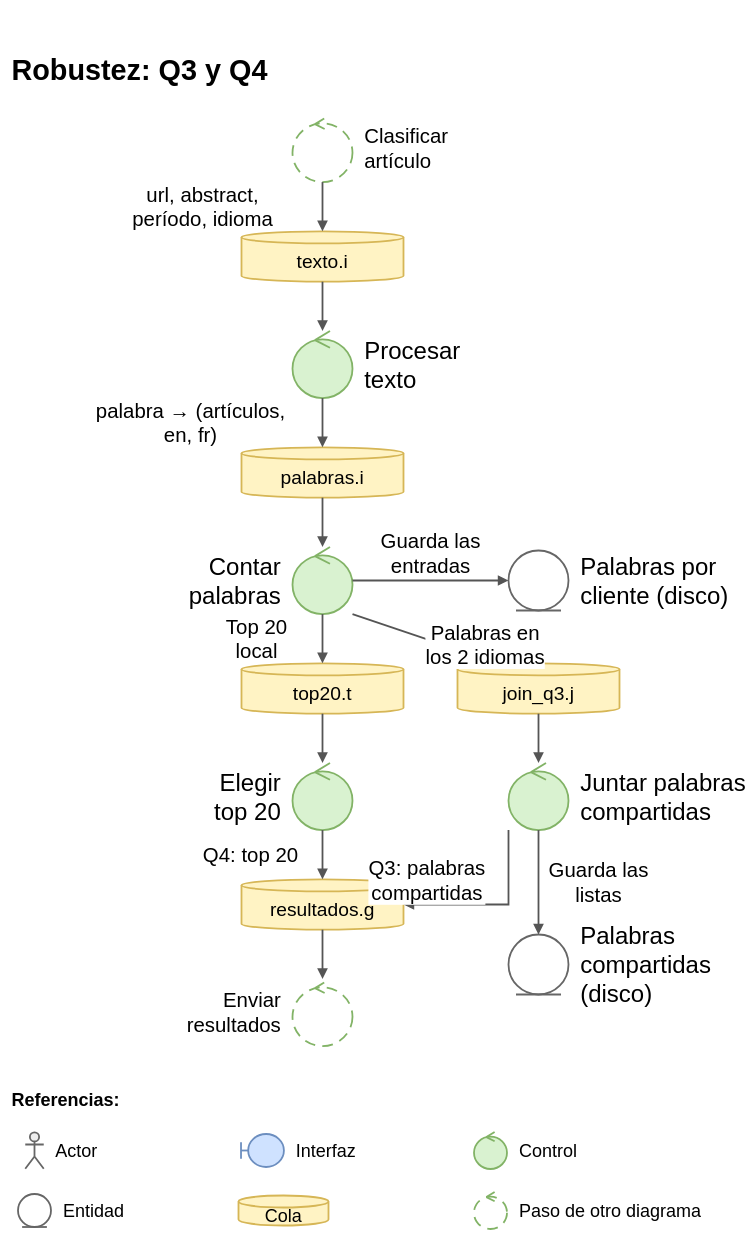
Cristobal710/tp-final-distribuidos keeps this draw.io diagram as page "Robustez - Q3 y Q4" (3 of 4) of docs/robustez.drawio. Above is the earlier version. Source tidied: cells renumbered, new cells numbered last; positions are measured from the earlier drawing's top-left corner, leaving out a move shared by most shapes. Both pictures are drawn from the tidied source at 60%, with x=0, y=0 at pixel (10, 52).
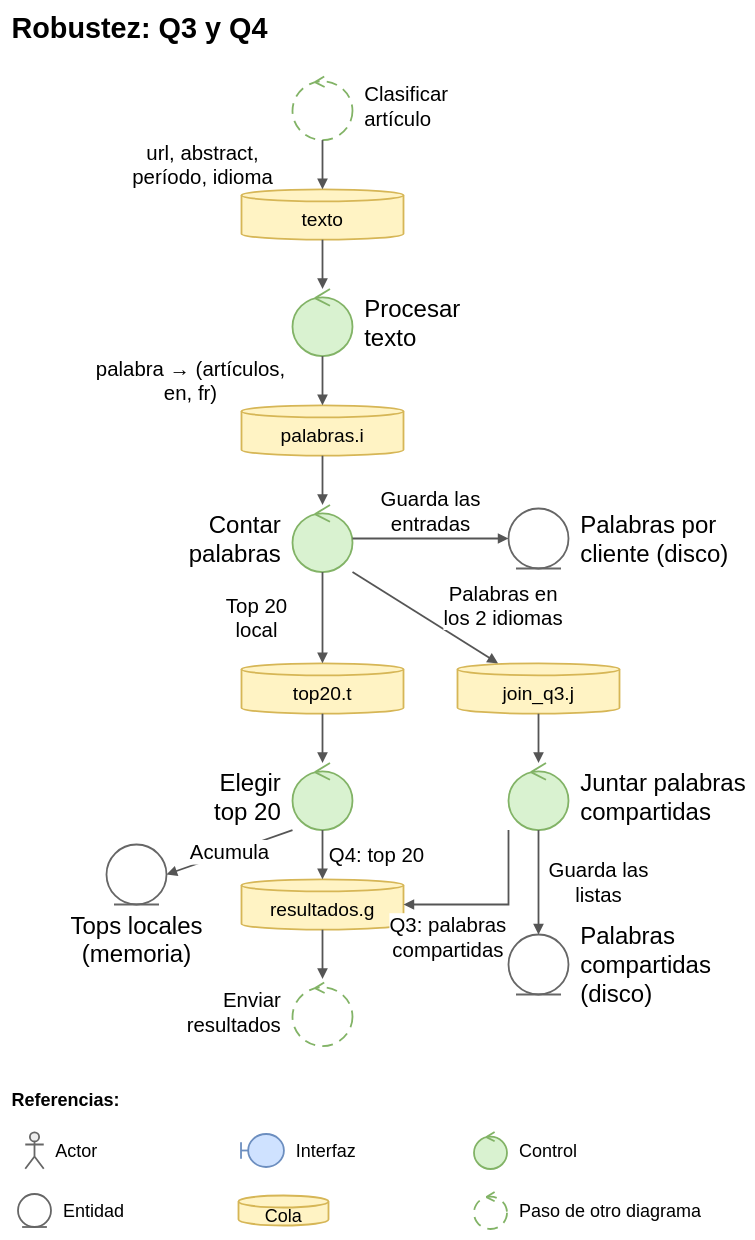
Above is the later version.

The change refers to these unchanged cells:
```xml
<mxCell id="10" value="join_q3.j" style="shape=cylinder3;boundedLbl=1;size=10;whiteSpace=wrap;html=1;fillColor=#fff3c4;strokeColor=#d6b656;strokeWidth=3;fontFamily=Calibri;fontSize=32;" parent="1" vertex="1">
  <mxGeometry x="745" y="1018" width="270" height="84" as="geometry" />
</mxCell>
<mxCell id="11" value="Elegir&lt;br&gt;top 20" style="shape=umlControl;fillColor=#d9f2d0;strokeColor=#82b366;verticalLabelPosition=middle;verticalAlign=middle;labelPosition=left;align=right;spacingRight=18;html=1;whiteSpace=nowrap;strokeWidth=3;fontFamily=Calibri;fontSize=40;" parent="1" vertex="1">
  <mxGeometry x="470" y="1184" width="100" height="112" as="geometry" />
</mxCell>
<mxCell id="12" value="Juntar palabras&lt;br&gt;compartidas" style="shape=umlControl;fillColor=#d9f2d0;strokeColor=#82b366;verticalLabelPosition=middle;verticalAlign=middle;labelPosition=right;align=left;spacingLeft=18;html=1;whiteSpace=nowrap;strokeWidth=3;fontFamily=Calibri;fontSize=40;" parent="1" vertex="1">
  <mxGeometry x="830" y="1184" width="100" height="112" as="geometry" />
</mxCell>
<mxCell id="14" value="resultados.g" style="shape=cylinder3;boundedLbl=1;size=10;whiteSpace=wrap;html=1;fillColor=#fff3c4;strokeColor=#d6b656;strokeWidth=3;fontFamily=Calibri;fontSize=32;" parent="1" vertex="1">
  <mxGeometry x="385" y="1378" width="270" height="84" as="geometry" />
</mxCell>
```

The edit, as a diff of the source:
```diff
@@
     <mxCell id="2" value="&lt;b&gt;Robustez: Q3 y Q4&lt;/b&gt;" style="text;html=1;align=left;verticalAlign=middle;fontFamily=Calibri;fontSize=48;" parent="1" vertex="1">
-      <mxGeometry width="1100" height="60" as="geometry" />
+      <mxGeometry y="-70" width="1100" height="60" as="geometry" />
     </mxCell>
     <mxCell id="3" value="Clasificar&lt;br&gt;artículo" style="shape=umlControl;fillColor=#ffffff;strokeColor=#82b366;dashed=1;dashPattern=6 4;verticalLabelPosition=middle;verticalAlign=middle;labelPosition=right;align=left;spacingLeft=18;html=1;whiteSpace=nowrap;strokeWidth=3;fontFamily=Calibri;fontSize=34;" parent="1" vertex="1">
-      <mxGeometry x="470" y="104" width="100" height="112" as="geometry" />
+      <mxGeometry x="470" y="34" width="100" height="112" as="geometry" />
     </mxCell>
-    <mxCell id="4" value="texto.i" style="shape=cylinder3;boundedLbl=1;size=10;whiteSpace=wrap;html=1;fillColor=#fff3c4;strokeColor=#d6b656;strokeWidth=3;fontFamily=Calibri;fontSize=32;" parent="1" vertex="1">
-      <mxGeometry x="385" y="298" width="270" height="84" as="geometry" />
+    <mxCell id="4" value="texto" style="shape=cylinder3;boundedLbl=1;size=10;whiteSpace=wrap;html=1;fillColor=#fff3c4;strokeColor=#d6b656;strokeWidth=3;fontFamily=Calibri;fontSize=32;" parent="1" vertex="1">
+      <mxGeometry x="385" y="228" width="270" height="84" as="geometry" />
     </mxCell>
     <mxCell id="5" value="Procesar&lt;br&gt;texto" style="shape=umlControl;fillColor=#d9f2d0;strokeColor=#82b366;verticalLabelPosition=middle;verticalAlign=middle;labelPosition=right;align=left;spacingLeft=18;html=1;whiteSpace=nowrap;strokeWidth=3;fontFamily=Calibri;fontSize=40;" parent="1" vertex="1">
-      <mxGeometry x="470" y="464" width="100" height="112" as="geometry" />
+      <mxGeometry x="470" y="394" width="100" height="112" as="geometry" />
     </mxCell>
     <mxCell id="6" value="palabras.i" style="shape=cylinder3;boundedLbl=1;size=10;whiteSpace=wrap;html=1;fillColor=#fff3c4;strokeColor=#d6b656;strokeWidth=3;fontFamily=Calibri;fontSize=32;" parent="1" vertex="1">
-      <mxGeometry x="385" y="658" width="270" height="84" as="geometry" />
+      <mxGeometry x="385" y="588" width="270" height="84" as="geometry" />
     </mxCell>
     <mxCell id="7" value="Contar&lt;br&gt;palabras" style="shape=umlControl;fillColor=#d9f2d0;strokeColor=#82b366;verticalLabelPosition=middle;verticalAlign=middle;labelPosition=left;align=right;spacingRight=18;html=1;whiteSpace=nowrap;strokeWidth=3;fontFamily=Calibri;fontSize=40;" parent="1" vertex="1">
-      <mxGeometry x="470" y="824" width="100" height="112" as="geometry" />
+      <mxGeometry x="470" y="754" width="100" height="112" as="geometry" />
     </mxCell>
     <mxCell id="8" value="Palabras por&lt;br&gt;cliente (disco)" style="shape=umlEntity;fillColor=#ffffff;strokeColor=#666666;verticalLabelPosition=middle;verticalAlign=middle;labelPosition=right;align=left;spacingLeft=18;html=1;whiteSpace=nowrap;strokeWidth=3;fontFamily=Calibri;fontSize=40;" parent="1" vertex="1">
-      <mxGeometry x="830" y="830" width="100" height="100" as="geometry" />
+      <mxGeometry x="830" y="760" width="100" height="100" as="geometry" />
     </mxCell>
@@
+    <mxCell id="36" value="Tops locales&lt;br&gt;(memoria)" style="shape=umlEntity;fillColor=#ffffff;strokeColor=#666666;verticalLabelPosition=bottom;verticalAlign=top;labelPosition=center;align=center;spacingTop=4;html=1;whiteSpace=nowrap;strokeWidth=3;fontFamily=Calibri;fontSize=40;" parent="1" vertex="1">
+      <mxGeometry x="160" y="1320" width="100" height="100" as="geometry" />
+    </mxCell>
+    <mxCell id="37" value="Acumula" style="endArrow=block;endFill=1;endSize=10;html=1;rounded=0;strokeColor=#555555;strokeWidth=3;labelBackgroundColor=#ffffff;fontFamily=Calibri;fontSize=34;exitX=0;exitY=1;exitDx=0;exitDy=0;entryX=1;entryY=0.5;entryDx=0;entryDy=0;" parent="1" edge="1" source="11" target="36">
+      <mxGeometry relative="1" as="geometry" />
+    </mxCell>
@@
     <mxCell id="22" value="Palabras en&lt;br&gt;los 2 idiomas" style="endArrow=block;endFill=1;endSize=10;html=1;rounded=0;strokeColor=#555555;strokeWidth=3;labelBackgroundColor=#ffffff;fontFamily=Calibri;fontSize=34;exitX=1;exitY=1;exitDx=0;exitDy=0;entryX=0.25;entryY=0;entryDx=0;entryDy=0;" parent="1" edge="1" source="7" target="10">
       <mxGeometry relative="1" as="geometry">
-        <mxPoint x="100" y="10" as="offset" />
+        <mxPoint x="130" y="-20" as="offset" />
       </mxGeometry>
     </mxCell>
@@
     <mxCell id="25" value="Q4: top 20" style="endArrow=block;endFill=1;endSize=10;html=1;rounded=0;strokeColor=#555555;strokeWidth=3;labelBackgroundColor=#ffffff;fontFamily=Calibri;fontSize=34;exitX=0.5;exitY=1;exitDx=0;exitDy=0;entryX=0.5;entryY=0;entryDx=0;entryDy=0;" parent="1" edge="1" source="11" target="14">
       <mxGeometry relative="1" as="geometry">
-        <mxPoint x="-120" as="offset" />
+        <mxPoint x="90" as="offset" />
       </mxGeometry>
     </mxCell>
     <mxCell id="26" value="Q3: palabras&lt;br&gt;compartidas" style="endArrow=block;endFill=1;endSize=10;html=1;rounded=0;strokeColor=#555555;strokeWidth=3;labelBackgroundColor=#ffffff;fontFamily=Calibri;fontSize=34;exitX=0;exitY=1;exitDx=0;exitDy=0;entryX=1;entryY=0.5;entryDx=0;entryDy=0;" parent="1" edge="1" source="12" target="14">
       <mxGeometry relative="1" as="geometry">
         <Array as="points">
           <mxPoint x="830" y="1420" />
         </Array>
-        <mxPoint x="-110" y="-40" as="offset" />
+        <mxPoint x="-75" y="55" as="offset" />
       </mxGeometry>
     </mxCell>
```
